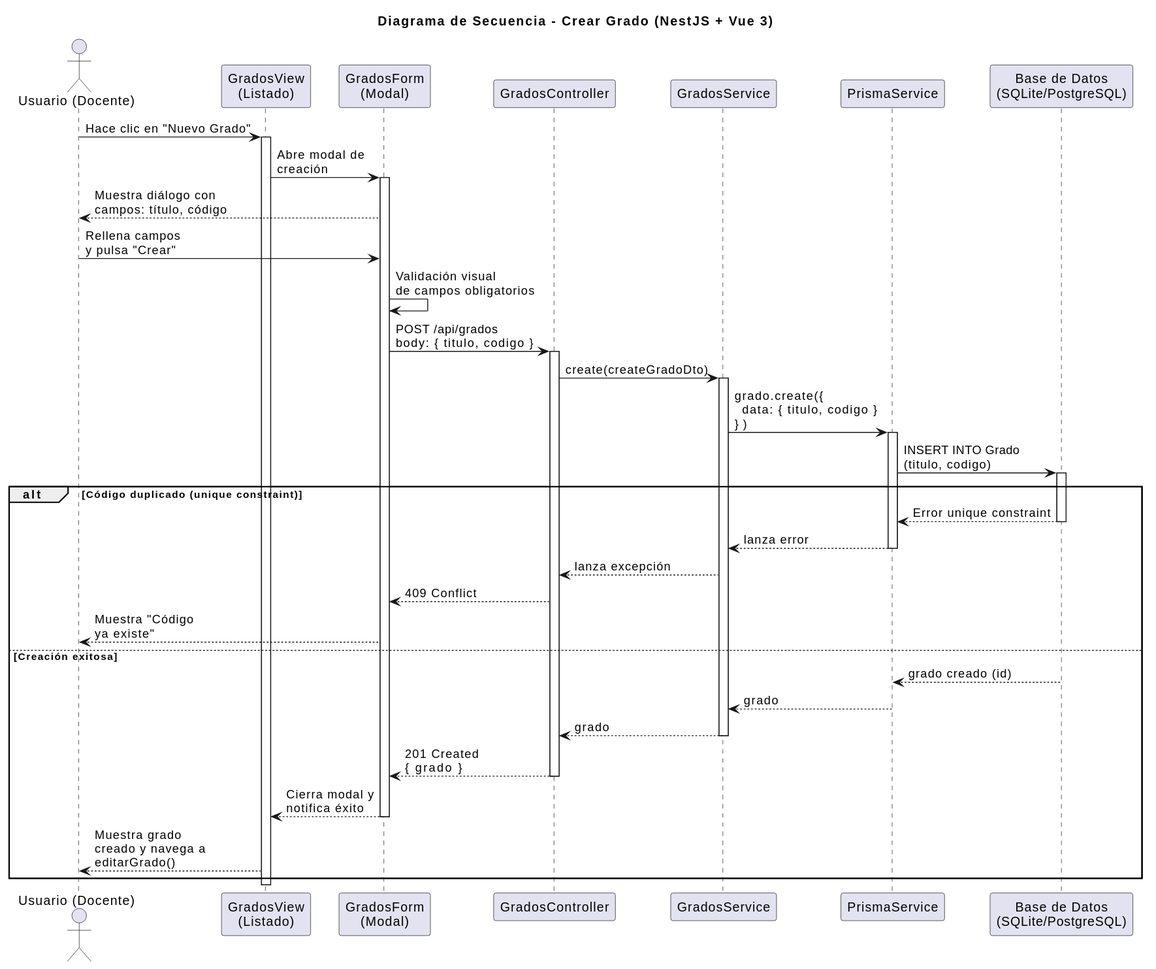
Above: images/diseño/crearGrado/secuencia.svg in marcosgutierrez6/25-26-idsw2-sdVC (PlantUML), before the change.
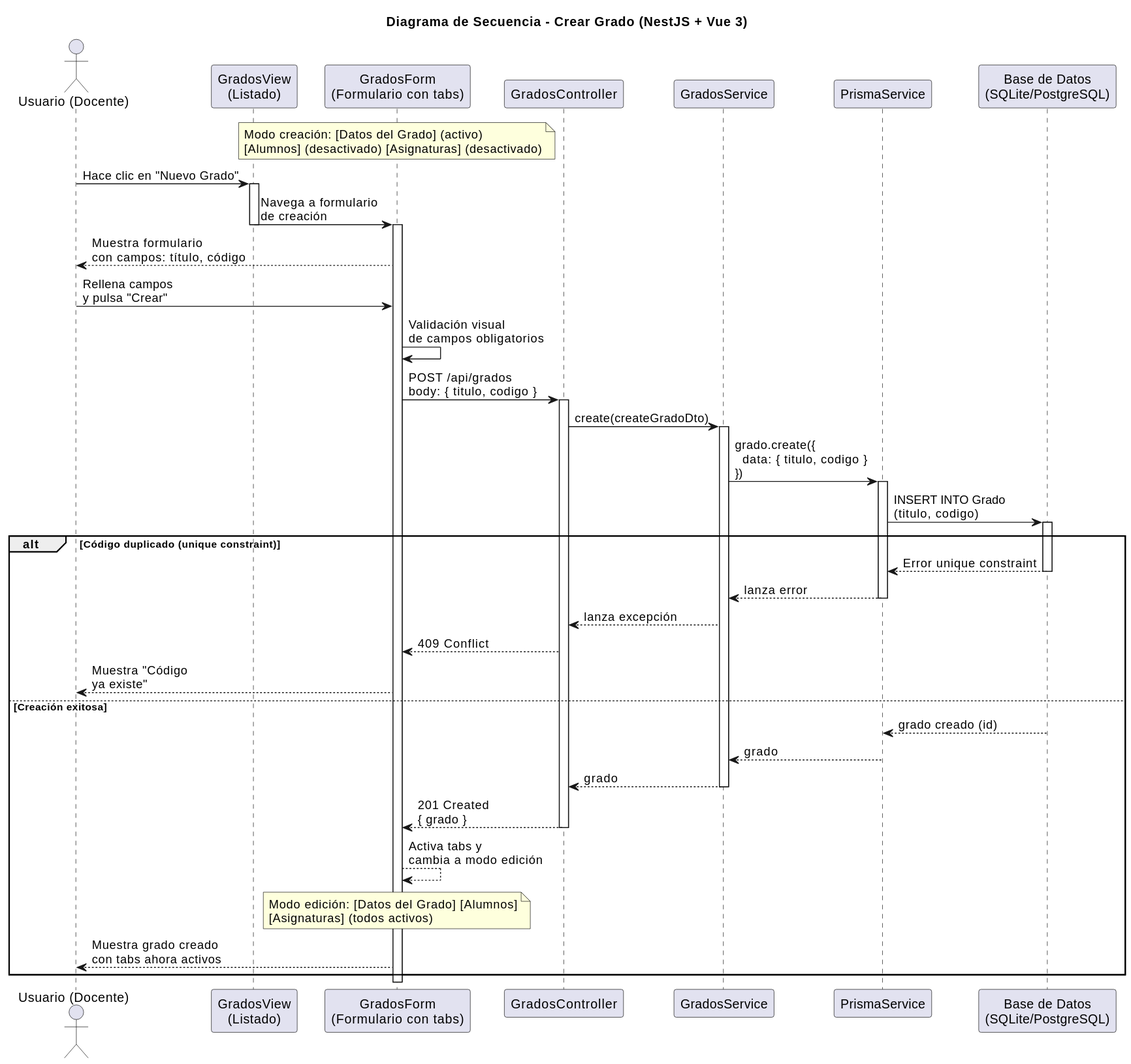
The same file after the commit.

What changed in the source:
```diff
@@ -3,18 +3,21 @@
 
 actor "Usuario (Docente)" as User
 participant "GradosView\n(Listado)" as List
-participant "GradosForm\n(Modal)" as Form
+participant "GradosForm\n(Formulario con tabs)" as Form
 participant "GradosController" as Controller
 participant "GradosService" as Service
 participant "PrismaService" as Prisma
 participant "Base de Datos\n(SQLite/PostgreSQL)" as DB
 
+note over Form : Modo creación: [Datos del Grado] (activo)\n[Alumnos] (desactivado) [Asignaturas] (desactivado)
+
 User -> List: Hace clic en "Nuevo Grado"
 activate List
 
-List -> Form: Abre modal de\ncreación
+List -> Form: Navega a formulario\nde creación
+deactivate List
 activate Form
-Form --> User: Muestra diálogo con\ncampos: título, código
+Form --> User: Muestra formulario\ncon campos: título, código
 
 User -> Form: Rellena campos\ny pulsa "Crear"
 Form -> Form: Validación visual\nde campos obligatorios
@@ -49,10 +52,8 @@
   Controller --> Form: 201 Created\n{ grado }
   deactivate Controller
 
-  Form --> List: Cierra modal y\nnotifica éxito
-  deactivate Form
-  List --> User: Muestra grado\ncreado y navega a\neditarGrado()
+  Form --> Form: Activa tabs y\ncambia a modo edición
+  note over Form : Modo edición: [Datos del Grado] [Alumnos]\n[Asignaturas] (todos activos)
+  Form --> User: Muestra grado creado\ncon tabs ahora activos
 end
-
-deactivate List
 @enduml
```
